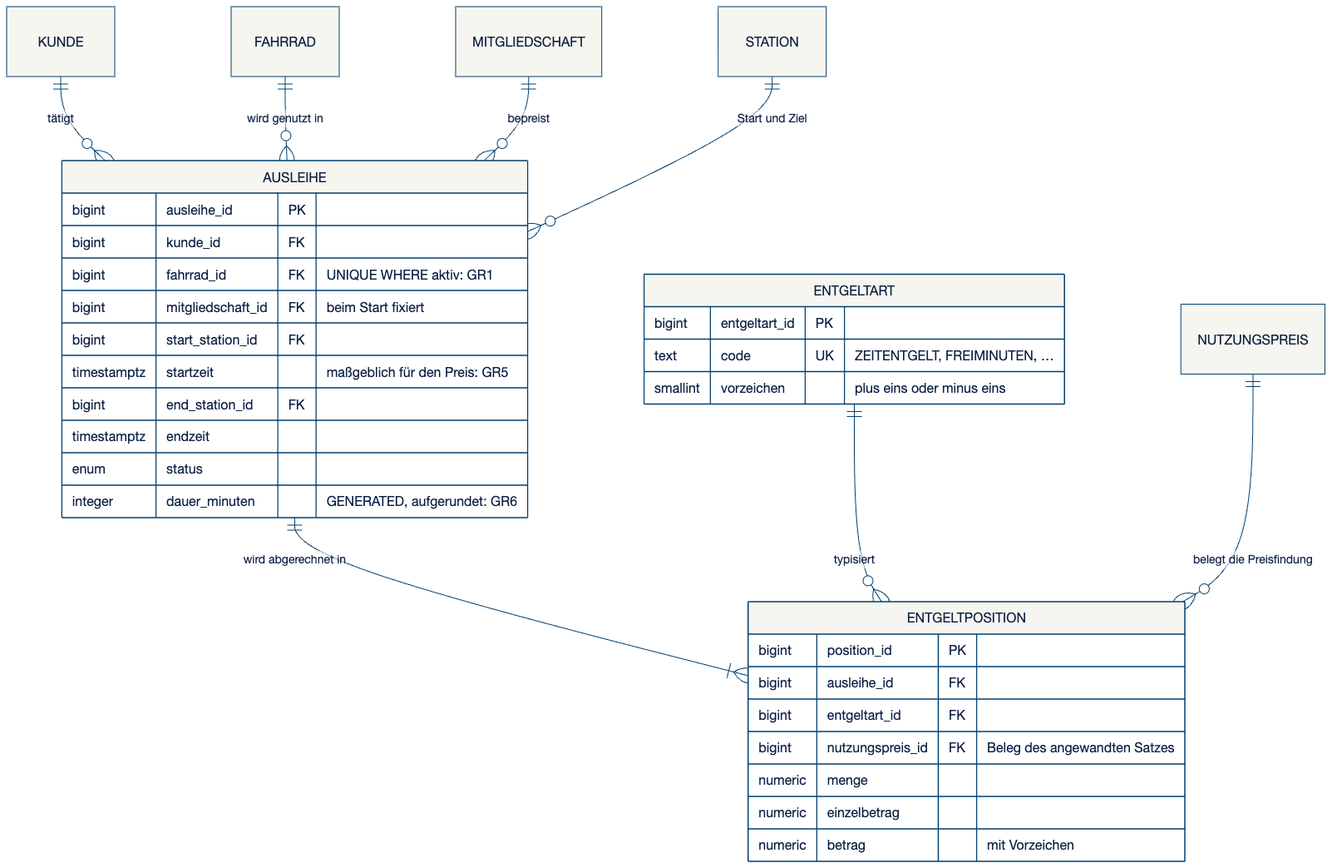
The Mermaid diagram slides/assets/rel-d-nutzung.png in swrobuts/velocity-fallstudie, before a commit. Its source is kept beside it as doku/datenmodell/erd/rel-d-nutzung.mmd. The source it was exported from:
```mermaid
erDiagram
    KUNDE          ||--o{ AUSLEIHE        : "tätigt"
    FAHRRAD        ||--o{ AUSLEIHE        : "wird genutzt in"
    MITGLIEDSCHAFT ||--o{ AUSLEIHE        : "bepreist"
    STATION        ||--o{ AUSLEIHE        : "Start und Ziel"
    AUSLEIHE       ||--|{ ENTGELTPOSITION : "wird abgerechnet in"
    ENTGELTART     ||--o{ ENTGELTPOSITION : "typisiert"
    NUTZUNGSPREIS  ||--o{ ENTGELTPOSITION : "belegt die Preisfindung"

    AUSLEIHE {
        bigint      ausleihe_id       PK
        bigint      kunde_id          FK
        bigint      fahrrad_id        FK "UNIQUE WHERE aktiv: GR1"
        bigint      mitgliedschaft_id FK "beim Start fixiert"
        bigint      start_station_id  FK
        timestamptz startzeit         "maßgeblich für den Preis: GR5"
        bigint      end_station_id    FK
        timestamptz endzeit
        enum        status
        integer     dauer_minuten     "GENERATED, aufgerundet: GR6"
    }
    ENTGELTART {
        bigint   entgeltart_id PK
        text     code          UK "ZEITENTGELT, FREIMINUTEN, …"
        smallint vorzeichen    "plus eins oder minus eins"
    }
    ENTGELTPOSITION {
        bigint  position_id      PK
        bigint  ausleihe_id      FK
        bigint  entgeltart_id    FK
        bigint  nutzungspreis_id FK "Beleg des angewandten Satzes"
        numeric menge
        numeric einzelbetrag
        numeric betrag           "mit Vorzeichen"
    }
```
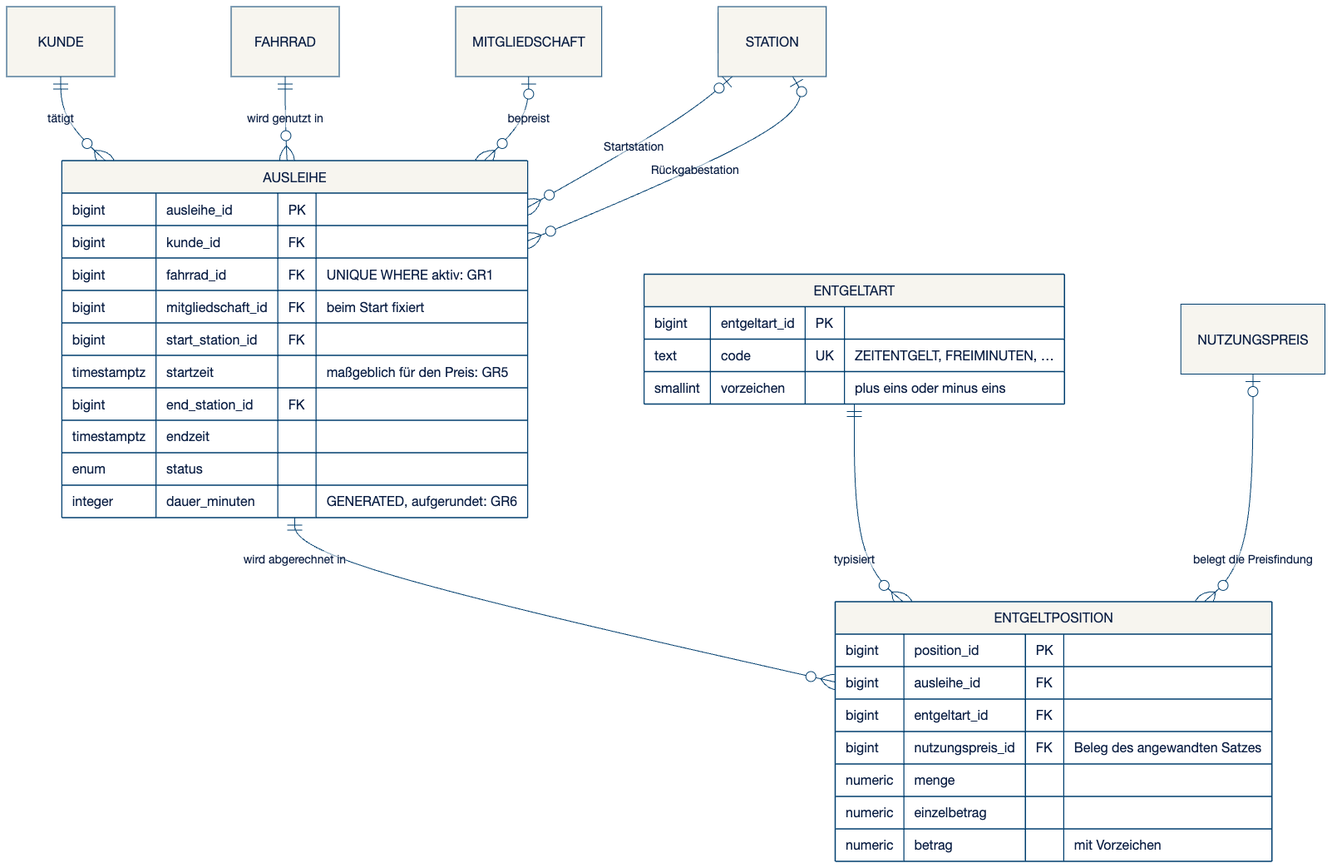
The same file after the commit.

The edit, as a diff of the source:
```diff
@@ -1,11 +1,12 @@
 erDiagram
     KUNDE          ||--o{ AUSLEIHE        : "tätigt"
     FAHRRAD        ||--o{ AUSLEIHE        : "wird genutzt in"
-    MITGLIEDSCHAFT ||--o{ AUSLEIHE        : "bepreist"
-    STATION        ||--o{ AUSLEIHE        : "Start und Ziel"
-    AUSLEIHE       ||--|{ ENTGELTPOSITION : "wird abgerechnet in"
+    MITGLIEDSCHAFT |o--o{ AUSLEIHE        : "bepreist"
+    STATION        |o--o{ AUSLEIHE        : "Startstation"
+    STATION        |o--o{ AUSLEIHE        : "Rückgabestation"
+    AUSLEIHE       ||--o{ ENTGELTPOSITION : "wird abgerechnet in"
     ENTGELTART     ||--o{ ENTGELTPOSITION : "typisiert"
-    NUTZUNGSPREIS  ||--o{ ENTGELTPOSITION : "belegt die Preisfindung"
+    NUTZUNGSPREIS  |o--o{ ENTGELTPOSITION : "belegt die Preisfindung"
 
     AUSLEIHE {
         bigint      ausleihe_id       PK
```
